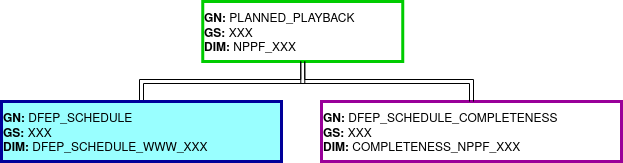
Earlier version of the draw.io export doc/fig/structure_ingestion_dfep_schedule.png (Daniel-Brosnan-Blazquez/s2boa). Source tidied: cells renumbered, new cells last; positions are measured from the earlier drawing's top-left corner, leaving out a move shared by most shapes.
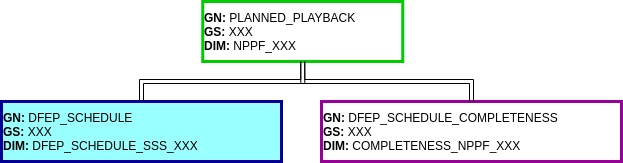
After the commit.

The edit, as a diff of the source:
```diff
@@ -8,7 +8,7 @@
     <mxCell id="3" style="edgeStyle=orthogonalEdgeStyle;shape=link;rounded=0;jettySize=auto;html=1;exitX=0.5;exitY=0;exitDx=0;exitDy=0;entryX=0.5;entryY=1;entryDx=0;entryDy=0;" parent="1" edge="1" source="4" target="2">
       <mxGeometry relative="1" as="geometry" />
     </mxCell>
-    <mxCell id="4" value="&lt;div&gt;&lt;b&gt;GN:&lt;/b&gt; DFEP_SCHEDULE&lt;/div&gt;&lt;div&gt;&lt;b&gt;GS:&lt;/b&gt; XXX&lt;/div&gt;&lt;div&gt;&lt;b&gt;DIM: &lt;/b&gt;DFEP_SCHEDULE_WWW_XXX&lt;br&gt;&lt;/div&gt;" style="rounded=0;whiteSpace=wrap;html=1;align=left;strokeColor=#000099;strokeWidth=3;fillColor=#99FFFF;" parent="1" vertex="1">
+    <mxCell id="4" value="&lt;div&gt;&lt;b&gt;GN:&lt;/b&gt; DFEP_SCHEDULE&lt;/div&gt;&lt;div&gt;&lt;b&gt;GS:&lt;/b&gt; XXX&lt;/div&gt;&lt;div&gt;&lt;b&gt;DIM: &lt;/b&gt;DFEP_SCHEDULE_SSS_XXX&lt;br&gt;&lt;/div&gt;" style="rounded=0;whiteSpace=wrap;html=1;align=left;strokeColor=#000099;strokeWidth=3;fillColor=#99FFFF;" parent="1" vertex="1">
       <mxGeometry y="100" width="280" height="60" as="geometry" />
     </mxCell>
     <mxCell id="5" value="&lt;div&gt;&lt;b&gt;GN:&lt;/b&gt; DFEP_SCHEDULE_COMPLETENESS&lt;/div&gt;&lt;div&gt;&lt;b&gt;GS:&lt;/b&gt; XXX&lt;/div&gt;&lt;div&gt;&lt;b&gt;DIM:&lt;/b&gt; COMPLETENESS_NPPF_XXX&lt;br&gt;&lt;/div&gt;" style="rounded=0;whiteSpace=wrap;html=1;align=left;strokeWidth=3;fillColor=#FFFFFF;strokeColor=#990099;" parent="1" vertex="1">
```
